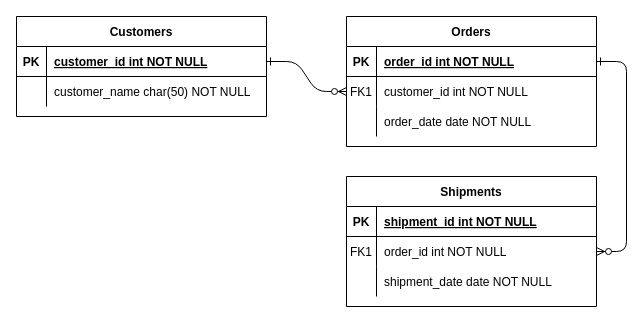
This is Project_Question_5.drawio from SaiAnjesh/Relational-DBMS, a draw.io file, before an edit. Source tidied: cells renumbered, new cells numbered last; positions are measured from the earlier drawing's top-left corner, leaving out a move shared by most shapes. Both pictures are drawn from the tidied source at 100%, with x=0, y=0 at pixel (16, 16).
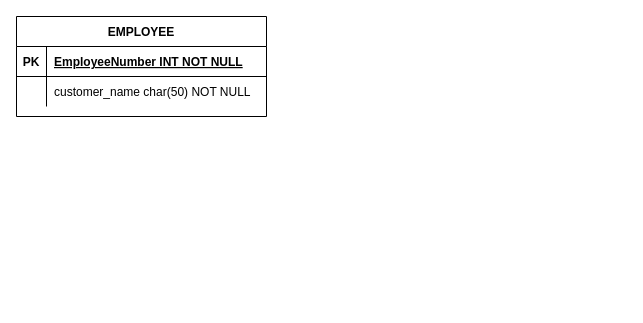
The same page after the edit.

The change refers to these unchanged cells:
```xml
<mxCell id="25" style="shape=partialRectangle;fillColor=none;points=[[0,0.5],[1,0.5]];portConstraint=eastwest;top=0;left=0;right=0;bottom=1;" parent="24" vertex="1">
  <mxGeometry y="30" width="250" height="30" as="geometry" />
</mxCell>
```

What changed in the source:
```diff
@@
-    <mxCell id="2" style="edgeStyle=entityRelationEdgeStyle;endArrow=ERzeroToMany;startArrow=ERone;endFill=1;startFill=0;" parent="1" edge="1" source="25" target="8">
-      <mxGeometry relative="1" as="geometry" />
-    </mxCell>
-    <mxCell id="3" style="edgeStyle=entityRelationEdgeStyle;endArrow=ERzeroToMany;startArrow=ERone;endFill=1;startFill=0;" parent="1" edge="1" source="5" target="18">
-      <mxGeometry relative="1" as="geometry" />
-    </mxCell>
-    <mxCell id="4" value="Orders" style="shape=table;startSize=30;childLayout=tableLayout;rowLines=0;fontStyle=1;align=center;" parent="1" vertex="1">
-      <mxGeometry x="330" width="250" height="130" as="geometry" />
-    </mxCell>
-    <mxCell id="5" style="shape=partialRectangle;fillColor=none;points=[[0,0.5],[1,0.5]];portConstraint=eastwest;top=0;left=0;right=0;bottom=1;" parent="4" vertex="1">
-      <mxGeometry y="30" width="250" height="30" as="geometry" />
-    </mxCell>
-    <mxCell id="6" value="PK" style="shape=partialRectangle;overflow=hidden;fillColor=none;top=0;left=0;bottom=0;right=0;fontStyle=1;" parent="5" vertex="1">
-      <mxGeometry width="30" height="30" as="geometry" />
-    </mxCell>
-    <mxCell id="7" value="order_id int NOT NULL " style="shape=partialRectangle;overflow=hidden;fillColor=none;top=0;left=0;bottom=0;right=0;align=left;spacingLeft=6;fontStyle=5;" parent="5" vertex="1">
-      <mxGeometry x="30" width="220" height="30" as="geometry" />
-    </mxCell>
-    <mxCell id="8" style="shape=partialRectangle;fillColor=none;points=[[0,0.5],[1,0.5]];portConstraint=eastwest;top=0;left=0;right=0;bottom=0;" parent="4" vertex="1">
-      <mxGeometry y="60" width="250" height="30" as="geometry" />
-    </mxCell>
-    <mxCell id="9" value="FK1" style="shape=partialRectangle;overflow=hidden;fillColor=none;top=0;left=0;bottom=0;right=0;" parent="8" vertex="1">
-      <mxGeometry width="30" height="30" as="geometry" />
-    </mxCell>
-    <mxCell id="10" value="customer_id int NOT NULL" style="shape=partialRectangle;overflow=hidden;fillColor=none;top=0;left=0;bottom=0;right=0;align=left;spacingLeft=6;" parent="8" vertex="1">
-      <mxGeometry x="30" width="220" height="30" as="geometry" />
-    </mxCell>
-    <mxCell id="11" style="shape=partialRectangle;fillColor=none;top=0;left=0;right=0;bottom=0;" parent="4" vertex="1">
-      <mxGeometry y="90" width="250" height="30" as="geometry" />
-    </mxCell>
-    <mxCell id="12" style="shape=partialRectangle;overflow=hidden;fillColor=none;top=0;left=0;bottom=0;right=0;" parent="11" vertex="1">
-      <mxGeometry width="30" height="30" as="geometry" />
-    </mxCell>
-    <mxCell id="13" value="order_date date NOT NULL" style="shape=partialRectangle;overflow=hidden;fillColor=none;top=0;left=0;bottom=0;right=0;align=left;spacingLeft=6;" parent="11" vertex="1">
-      <mxGeometry x="30" width="220" height="30" as="geometry" />
-    </mxCell>
-    <mxCell id="14" value="Shipments" style="shape=table;startSize=30;childLayout=tableLayout;rowLines=0;fontStyle=1;align=center;" parent="1" vertex="1">
-      <mxGeometry x="330" y="160" width="250" height="130" as="geometry" />
-    </mxCell>
-    <mxCell id="15" style="shape=partialRectangle;fillColor=none;top=0;left=0;right=0;bottom=1;" parent="14" vertex="1">
-      <mxGeometry y="30" width="250" height="30" as="geometry" />
-    </mxCell>
-    <mxCell id="16" value="PK" style="shape=partialRectangle;overflow=hidden;fillColor=none;top=0;left=0;bottom=0;right=0;fontStyle=1;" parent="15" vertex="1">
-      <mxGeometry width="30" height="30" as="geometry" />
-    </mxCell>
-    <mxCell id="17" value="shipment_id int NOT NULL " style="shape=partialRectangle;overflow=hidden;fillColor=none;top=0;left=0;bottom=0;right=0;align=left;spacingLeft=6;fontStyle=5;" parent="15" vertex="1">
-      <mxGeometry x="30" width="220" height="30" as="geometry" />
-    </mxCell>
-    <mxCell id="18" style="shape=partialRectangle;fillColor=none;points=[[0,0.5],[1,0.5]];portConstraint=eastwest;top=0;left=0;right=0;bottom=0;" parent="14" vertex="1">
-      <mxGeometry y="60" width="250" height="30" as="geometry" />
-    </mxCell>
-    <mxCell id="19" value="FK1" style="shape=partialRectangle;overflow=hidden;fillColor=none;top=0;left=0;bottom=0;right=0;" parent="18" vertex="1">
-      <mxGeometry width="30" height="30" as="geometry" />
-    </mxCell>
-    <mxCell id="20" value="order_id int NOT NULL" style="shape=partialRectangle;overflow=hidden;fillColor=none;top=0;left=0;bottom=0;right=0;align=left;spacingLeft=6;" parent="18" vertex="1">
-      <mxGeometry x="30" width="220" height="30" as="geometry" />
-    </mxCell>
-    <mxCell id="21" style="shape=partialRectangle;fillColor=none;top=0;left=0;right=0;bottom=0;" parent="14" vertex="1">
-      <mxGeometry y="90" width="250" height="30" as="geometry" />
-    </mxCell>
-    <mxCell id="22" style="shape=partialRectangle;overflow=hidden;fillColor=none;top=0;left=0;bottom=0;right=0;" parent="21" vertex="1">
-      <mxGeometry width="30" height="30" as="geometry" />
-    </mxCell>
-    <mxCell id="23" value="shipment_date date NOT NULL" style="shape=partialRectangle;overflow=hidden;fillColor=none;top=0;left=0;bottom=0;right=0;align=left;spacingLeft=6;" parent="21" vertex="1">
-      <mxGeometry x="30" width="220" height="30" as="geometry" />
-    </mxCell>
-    <mxCell id="24" value="Customers" style="shape=table;startSize=30;childLayout=tableLayout;rowLines=0;fontStyle=1;align=center;" parent="1" vertex="1">
+    <mxCell id="24" value="EMPLOYEE" style="shape=table;startSize=30;childLayout=tableLayout;rowLines=0;fontStyle=1;align=center;" parent="1" vertex="1">
       <mxGeometry width="250" height="100" as="geometry" />
     </mxCell>
@@
-    <mxCell id="27" value="customer_id int NOT NULL " style="shape=partialRectangle;overflow=hidden;fillColor=none;top=0;left=0;bottom=0;right=0;align=left;spacingLeft=6;fontStyle=5;" parent="25" vertex="1">
+    <mxCell id="27" value="EmployeeNumber INT NOT NULL" style="shape=partialRectangle;overflow=hidden;fillColor=none;top=0;left=0;bottom=0;right=0;align=left;spacingLeft=6;fontStyle=5;" parent="25" vertex="1">
       <mxGeometry x="30" width="220" height="30" as="geometry" />
     </mxCell>
```
